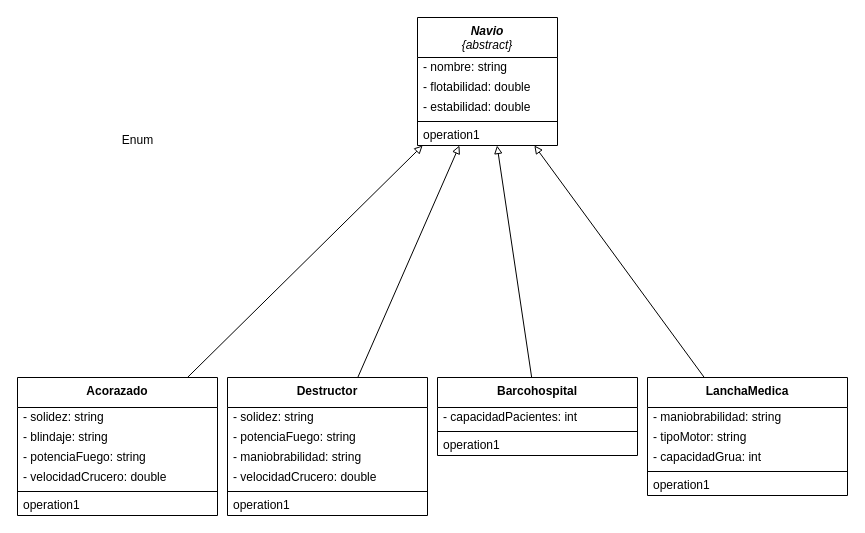
Above: src/Guia01/EJ15/01EJ15CS.dio in gastonjavierricchiardi/ejercicios-csharp-utn-2026 (draw.io), before the change. Source tidied: cells renumbered, new cells numbered last; positions are measured from the earlier drawing's top-left corner, leaving out a move shared by most shapes. Both pictures are drawn from the tidied source at 100%, with x=0, y=0 at pixel (17, 17).
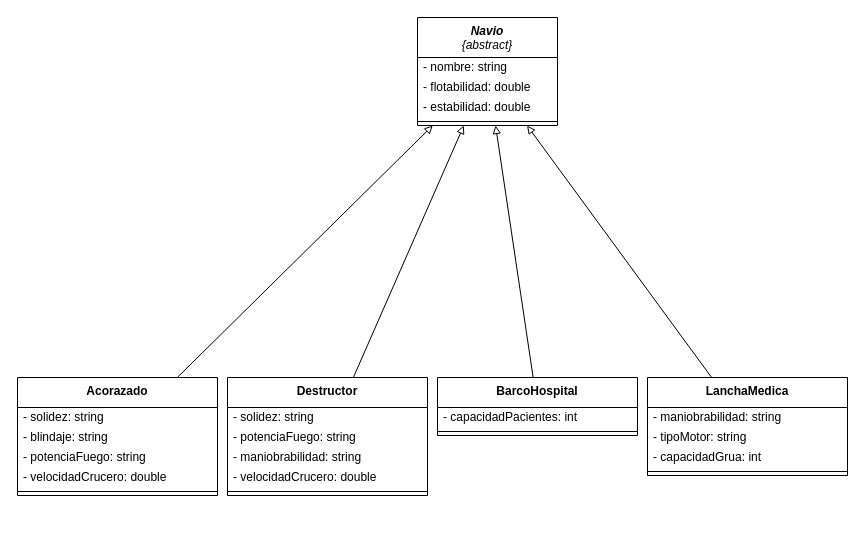
The same diagram, later.

The edit, as a diff of the source:
```diff
@@
     <mxCell id="2" value="&lt;i&gt;&lt;b&gt;Navio&lt;/b&gt;&lt;br&gt;{abstract}&lt;/i&gt;" style="swimlane;fontStyle=0;align=center;verticalAlign=top;horizontal=1;startSize=40;html=1;whiteSpace=wrap;" parent="1" vertex="1">
-      <mxGeometry x="400" width="140" height="128" as="geometry" />
+      <mxGeometry x="400" width="140" height="108" as="geometry" />
     </mxCell>
@@
-    <mxCell id="7" value="operation1" style="text;html=1;strokeColor=none;fillColor=none;align=left;verticalAlign=middle;spacingLeft=4;spacingRight=4;overflow=hidden;whiteSpace=wrap;" parent="2" vertex="1">
-      <mxGeometry y="108" width="140" height="20" as="geometry" />
-    </mxCell>
-    <mxCell id="8" value="Enum" style="text;html=1;align=center;verticalAlign=middle;strokeColor=none;fillColor=none;" parent="1" vertex="1">
-      <mxGeometry x="95" y="108" width="50" height="30" as="geometry" />
-    </mxCell>
@@
     <mxCell id="10" value="&lt;b&gt;Acorazado&lt;/b&gt;" style="swimlane;fontStyle=0;align=center;verticalAlign=top;horizontal=1;startSize=30;html=1;whiteSpace=wrap;" parent="1" vertex="1">
-      <mxGeometry y="360" width="200" height="138" as="geometry" />
+      <mxGeometry y="360" width="200" height="118" as="geometry" />
     </mxCell>
@@
-    <mxCell id="16" value="operation1" style="text;html=1;strokeColor=none;fillColor=none;align=left;verticalAlign=middle;spacingLeft=4;spacingRight=4;overflow=hidden;whiteSpace=wrap;" parent="10" vertex="1">
-      <mxGeometry y="118" width="200" height="20" as="geometry" />
-    </mxCell>
@@
     <mxCell id="18" value="&lt;b&gt;Destructor&lt;/b&gt;" style="swimlane;fontStyle=0;align=center;verticalAlign=top;horizontal=1;startSize=30;html=1;whiteSpace=wrap;" parent="1" vertex="1">
-      <mxGeometry x="210" y="360" width="200" height="138" as="geometry" />
+      <mxGeometry x="210" y="360" width="200" height="118" as="geometry" />
     </mxCell>
@@
-    <mxCell id="24" value="operation1" style="text;html=1;strokeColor=none;fillColor=none;align=left;verticalAlign=middle;spacingLeft=4;spacingRight=4;overflow=hidden;whiteSpace=wrap;" parent="18" vertex="1">
-      <mxGeometry y="118" width="200" height="20" as="geometry" />
-    </mxCell>
@@
-    <mxCell id="26" value="&lt;b&gt;Barcohospital&lt;/b&gt;" style="swimlane;fontStyle=0;align=center;verticalAlign=top;horizontal=1;startSize=30;html=1;whiteSpace=wrap;" parent="1" vertex="1">
-      <mxGeometry x="420" y="360" width="200" height="78" as="geometry" />
+    <mxCell id="26" value="&lt;b&gt;BarcoHospital&lt;/b&gt;" style="swimlane;fontStyle=0;align=center;verticalAlign=top;horizontal=1;startSize=30;html=1;whiteSpace=wrap;" parent="1" vertex="1">
+      <mxGeometry x="420" y="360" width="200" height="58" as="geometry" />
     </mxCell>
@@
-    <mxCell id="29" value="operation1" style="text;html=1;strokeColor=none;fillColor=none;align=left;verticalAlign=middle;spacingLeft=4;spacingRight=4;overflow=hidden;whiteSpace=wrap;" parent="26" vertex="1">
-      <mxGeometry y="58" width="200" height="20" as="geometry" />
-    </mxCell>
@@
     <mxCell id="31" value="&lt;b&gt;LanchaMedica&lt;/b&gt;" style="swimlane;fontStyle=0;align=center;verticalAlign=top;horizontal=1;startSize=30;html=1;whiteSpace=wrap;" parent="1" vertex="1">
-      <mxGeometry x="630" y="360" width="200" height="118" as="geometry" />
+      <mxGeometry x="630" y="360" width="200" height="98" as="geometry" />
     </mxCell>
@@
-    <mxCell id="36" value="operation1" style="text;html=1;strokeColor=none;fillColor=none;align=left;verticalAlign=middle;spacingLeft=4;spacingRight=4;overflow=hidden;whiteSpace=wrap;" parent="31" vertex="1">
-      <mxGeometry y="98" width="200" height="20" as="geometry" />
-    </mxCell>
```
